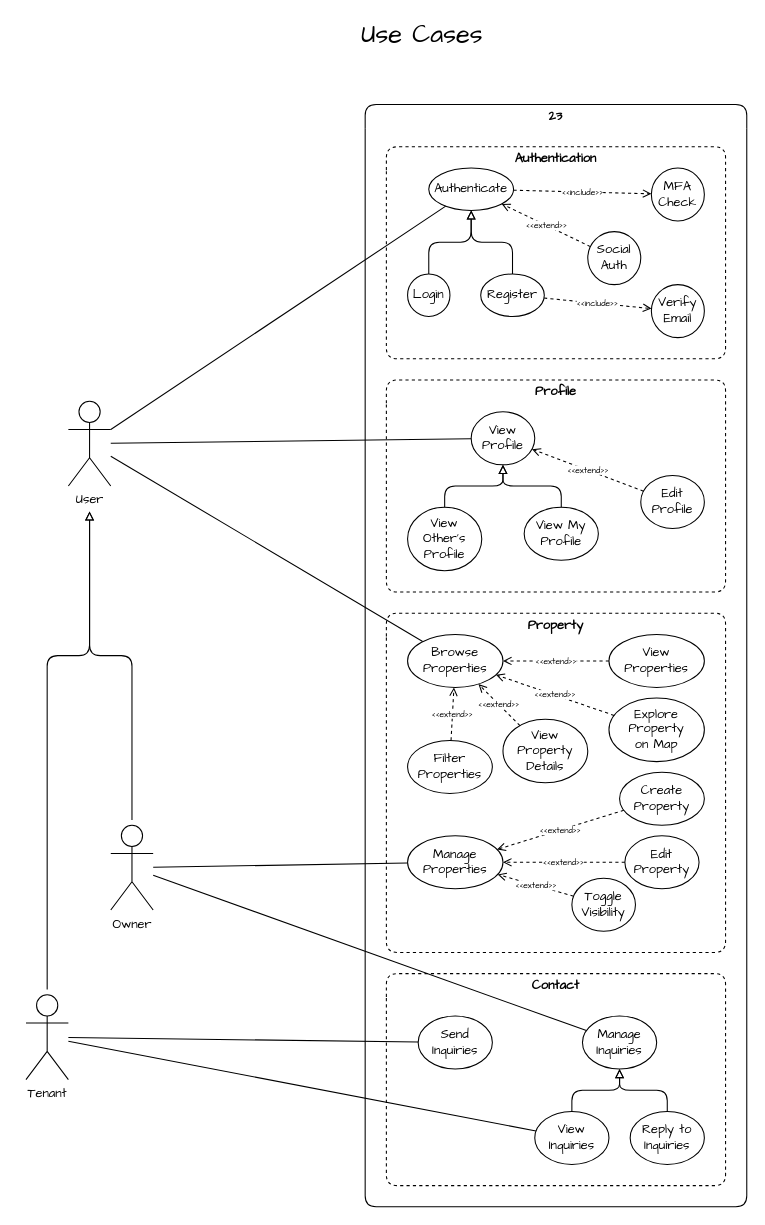
Earlier version of the draw.io diagram page "UC" (1 of 4) of docs/architecture/architecture.drawio (agile-factory/kernel). Source tidied: cells renumbered, new cells numbered last; positions are measured from the earlier drawing's top-left corner, leaving out a move shared by most shapes. Both pictures are drawn from the tidied source at 106%, with x=0, y=0 at pixel (25, 19).
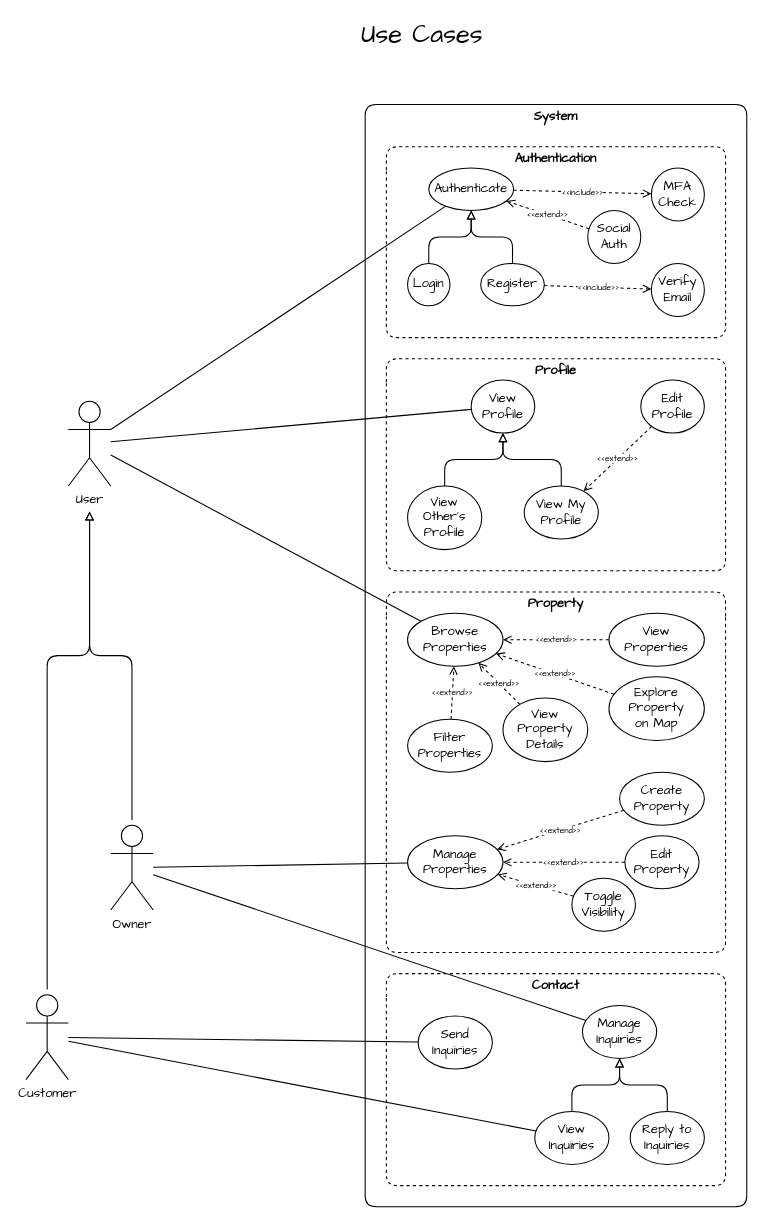
The same diagram, later.

The change refers to these unchanged cells:
```xml
<mxCell id="20" value="Contact" style="swimlane;whiteSpace=wrap;html=1;fontFamily=Architects Daughter;fillColor=none;swimlaneLine=0;rounded=1;dashed=1;" parent="2" vertex="1">
  <mxGeometry x="20" y="820" width="320" height="200" as="geometry" />
</mxCell>
<mxCell id="27" value="View My Profile" style="ellipse;whiteSpace=wrap;html=1;fontFamily=Architects Daughter;" parent="25" vertex="1">
  <mxGeometry x="130" y="120" width="70" height="50" as="geometry" />
</mxCell>
```

The edit, as a diff of the source:
```diff
@@
-    <mxCell id="2" value="23" style="swimlane;whiteSpace=wrap;html=1;fontFamily=Architects Daughter;fillColor=none;swimlaneLine=0;rounded=1;" parent="1" vertex="1">
+    <mxCell id="2" value="System" style="swimlane;whiteSpace=wrap;html=1;fontFamily=Architects Daughter;fillColor=none;swimlaneLine=0;rounded=1;" parent="1" vertex="1">
       <mxGeometry x="320" y="80" width="360" height="1040" as="geometry" />
     </mxCell>
     <mxCell id="3" value="Authentication" style="swimlane;whiteSpace=wrap;html=1;fontFamily=Architects Daughter;fillColor=none;swimlaneLine=0;rounded=1;dashed=1;" parent="2" vertex="1">
-      <mxGeometry x="20" y="40" width="320" height="200" as="geometry" />
+      <mxGeometry x="20" y="40" width="320" height="180" as="geometry" />
     </mxCell>
@@
     <mxCell id="5" value="Login" style="ellipse;whiteSpace=wrap;html=1;fontFamily=Architects Daughter;" parent="3" vertex="1">
-      <mxGeometry x="20" y="120" width="40" height="40" as="geometry" />
+      <mxGeometry x="20" y="110" width="40" height="40" as="geometry" />
     </mxCell>
     <mxCell id="6" value="Register" style="ellipse;whiteSpace=wrap;html=1;fontFamily=Architects Daughter;" parent="3" vertex="1">
-      <mxGeometry x="89" y="120" width="60" height="40" as="geometry" />
+      <mxGeometry x="89" y="110" width="60" height="40" as="geometry" />
     </mxCell>
     <mxCell id="7" value="Social Auth" style="ellipse;whiteSpace=wrap;html=1;fontFamily=Architects Daughter;" parent="3" vertex="1">
-      <mxGeometry x="190" y="80" width="50" height="50" as="geometry" />
+      <mxGeometry x="190" y="60" width="50" height="50" as="geometry" />
     </mxCell>
     <mxCell id="8" value="Verify Email" style="ellipse;whiteSpace=wrap;html=1;fontFamily=Architects Daughter;" parent="3" vertex="1">
-      <mxGeometry x="250" y="130" width="50" height="50" as="geometry" />
+      <mxGeometry x="250" y="110" width="50" height="50" as="geometry" />
     </mxCell>
@@
     <mxCell id="10" value="Property" style="swimlane;whiteSpace=wrap;html=1;fontFamily=Architects Daughter;fillColor=none;swimlaneLine=0;rounded=1;dashed=1;" parent="2" vertex="1">
-      <mxGeometry x="20" y="480" width="320" height="320" as="geometry" />
+      <mxGeometry x="20" y="460" width="320" height="340" as="geometry" />
     </mxCell>
@@
     <mxCell id="16" value="Manage&lt;div&gt;Properties&lt;/div&gt;" style="ellipse;whiteSpace=wrap;html=1;fontFamily=Architects Daughter;" parent="10" vertex="1">
-      <mxGeometry x="20" y="210" width="90" height="50" as="geometry" />
+      <mxGeometry x="20" y="230" width="90" height="50" as="geometry" />
     </mxCell>
     <mxCell id="17" value="Toggle Visibility" style="ellipse;whiteSpace=wrap;html=1;fontFamily=Architects Daughter;" parent="10" vertex="1">
-      <mxGeometry x="175" y="250" width="60" height="50" as="geometry" />
+      <mxGeometry x="175" y="270" width="60" height="50" as="geometry" />
     </mxCell>
     <mxCell id="18" value="Create Property" style="ellipse;whiteSpace=wrap;html=1;fontFamily=Architects Daughter;" parent="10" vertex="1">
-      <mxGeometry x="220" y="150" width="80" height="50" as="geometry" />
+      <mxGeometry x="220" y="170" width="80" height="50" as="geometry" />
     </mxCell>
     <mxCell id="19" value="Edit Property" style="ellipse;whiteSpace=wrap;html=1;fontFamily=Architects Daughter;" parent="10" vertex="1">
-      <mxGeometry x="225" y="210" width="70" height="50" as="geometry" />
+      <mxGeometry x="225" y="230" width="70" height="50" as="geometry" />
     </mxCell>
@@
     <mxCell id="21" value="Manage&lt;div&gt;Inquiries&lt;/div&gt;" style="ellipse;whiteSpace=wrap;html=1;fontFamily=Architects Daughter;" parent="20" vertex="1">
-      <mxGeometry x="185" y="40" width="70" height="50" as="geometry" />
+      <mxGeometry x="185" y="30" width="70" height="50" as="geometry" />
     </mxCell>
@@
     <mxCell id="25" value="Profile" style="swimlane;whiteSpace=wrap;html=1;fontFamily=Architects Daughter;fillColor=none;swimlaneLine=0;rounded=1;dashed=1;" parent="2" vertex="1">
-      <mxGeometry x="20" y="260" width="320" height="200" as="geometry" />
+      <mxGeometry x="20" y="240" width="320" height="200" as="geometry" />
     </mxCell>
     <mxCell id="26" value="View Profile" style="ellipse;whiteSpace=wrap;html=1;fontFamily=Architects Daughter;" parent="25" vertex="1">
-      <mxGeometry x="80" y="30" width="60" height="50" as="geometry" />
+      <mxGeometry x="80" y="20" width="60" height="50" as="geometry" />
     </mxCell>
@@
     <mxCell id="29" value="Edit Profile" style="ellipse;whiteSpace=wrap;html=1;fontFamily=Architects Daughter;" parent="25" vertex="1">
-      <mxGeometry x="240" y="90" width="60" height="50" as="geometry" />
+      <mxGeometry x="240" y="20" width="60" height="50" as="geometry" />
     </mxCell>
-    <mxCell id="30" value="Tenant" style="shape=umlActor;verticalLabelPosition=bottom;verticalAlign=top;html=1;outlineConnect=0;fontFamily=Architects Daughter;" parent="1" vertex="1">
+    <mxCell id="30" value="Customer" style="shape=umlActor;verticalLabelPosition=bottom;verticalAlign=top;html=1;outlineConnect=0;fontFamily=Architects Daughter;" parent="1" vertex="1">
       <mxGeometry y="920" width="40" height="80" as="geometry" />
     </mxCell>
@@
-    <mxCell id="38" value="&amp;lt;&amp;lt;extend&amp;gt;&amp;gt;" style="endArrow=open;endSize=6;dashed=1;html=1;rounded=0;fontFamily=Architects Daughter;flowAnimation=1;fontSize=8;" parent="34" edge="1" source="29" target="26">
-      <mxGeometry relative="1" as="geometry" />
-    </mxCell>
@@
+    <mxCell id="38" value="&amp;lt;&amp;lt;extend&amp;gt;&amp;gt;" style="endArrow=open;endSize=6;dashed=1;html=1;rounded=0;fontFamily=Architects Daughter;flowAnimation=1;fontSize=8;" parent="34" edge="1" source="29" target="27">
+      <mxGeometry relative="1" as="geometry" />
+    </mxCell>
```
